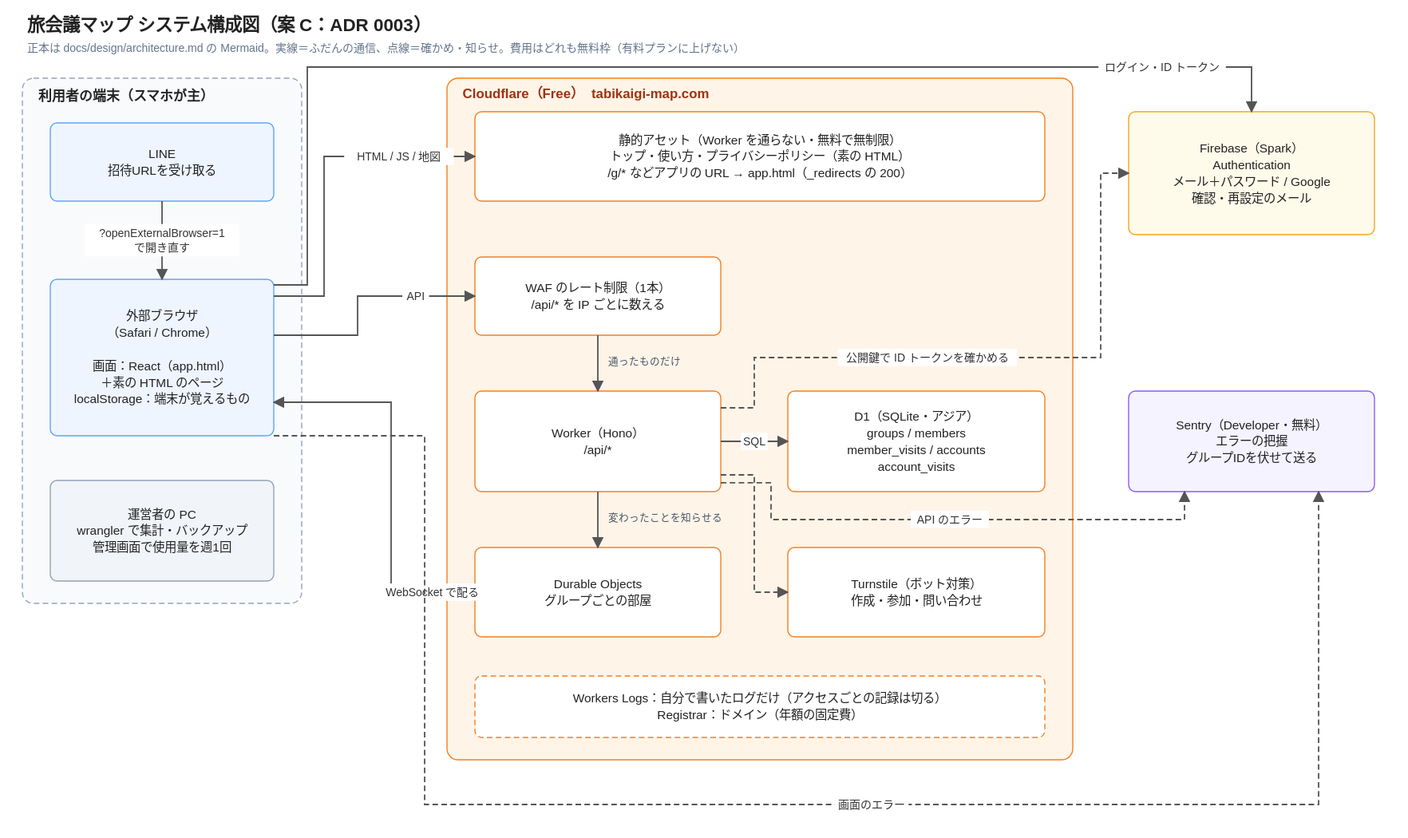
Earlier version of the draw.io export docs/design/architecture.drawio.svg (yuppy52/tabikaigi-map). Source tidied: cells renumbered, new cells last; positions are measured from the earlier drawing's top-left corner, leaving out a move shared by most shapes.
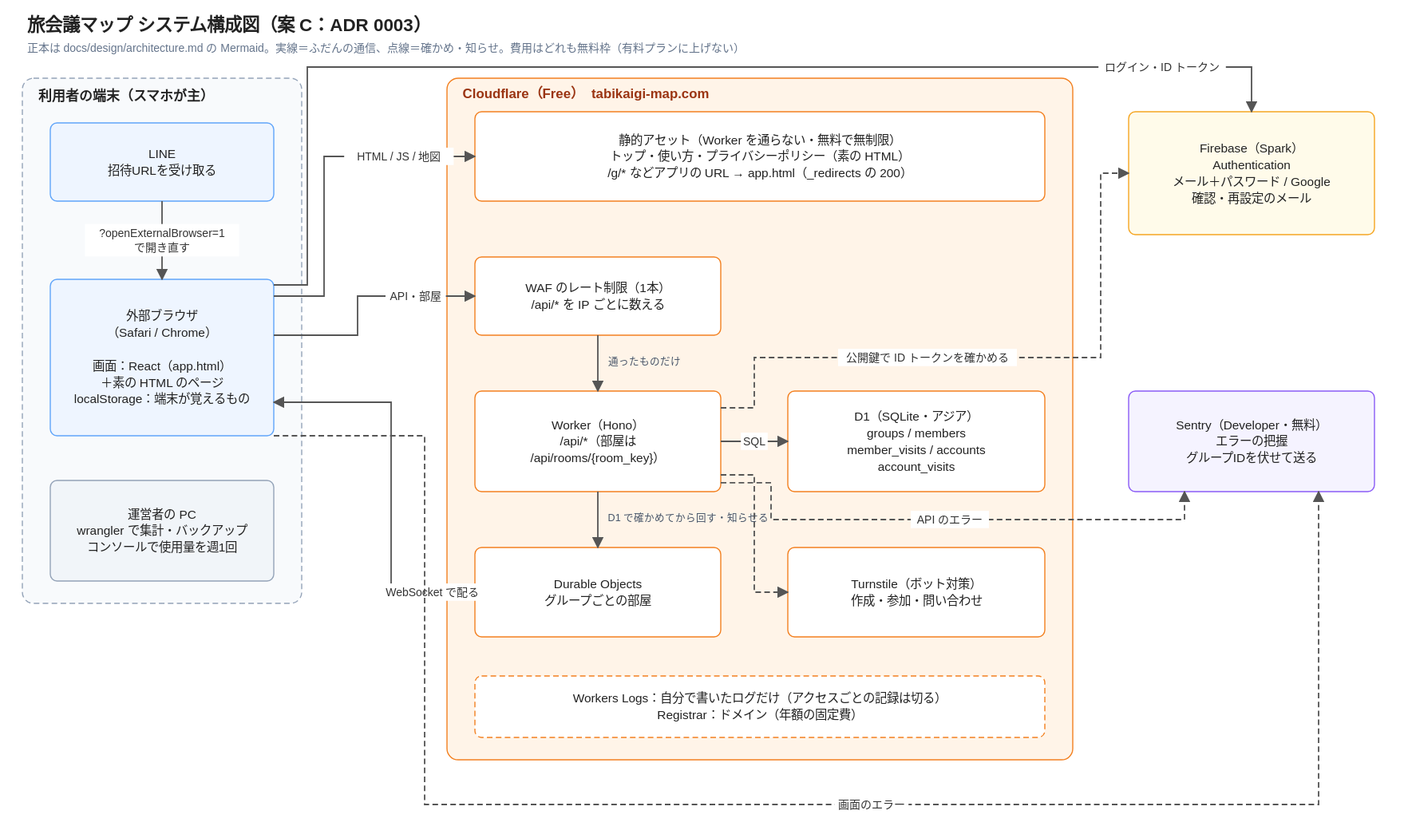
After the commit.

Change to the diagram source:
```diff
@@ -26,7 +26,7 @@
         <mxPoint x="125" y="240" as="targetPoint" />
       </mxGeometry>
     </mxCell>
-    <mxCell id="9" value="運営者の PC&lt;br&gt;wrangler で集計・バックアップ&lt;br&gt;管理画面で使用量を週1回" style="html=1;whiteSpace=wrap;fontSize=11;align=center;verticalAlign=middle;fillColor=#f1f5f9;strokeColor=#94a3b8;fontColor=#222222;spacingLeft=4;spacingRight=4;rounded=1;arcSize=6;" parent="1" vertex="1">
+    <mxCell id="9" value="運営者の PC&lt;br&gt;wrangler で集計・バックアップ&lt;br&gt;コンソールで使用量を週1回" style="html=1;whiteSpace=wrap;fontSize=11;align=center;verticalAlign=middle;fillColor=#f1f5f9;strokeColor=#94a3b8;fontColor=#222222;spacingLeft=4;spacingRight=4;rounded=1;arcSize=6;" parent="1" vertex="1">
       <mxGeometry x="25" y="420" width="200" height="90" as="geometry" />
     </mxCell>
     <mxCell id="10" style="html=1;whiteSpace=wrap;fontSize=11;align=center;verticalAlign=middle;fillColor=#fff4e8;strokeColor=#f38020;fontColor=#222222;spacingLeft=4;spacingRight=4;rounded=1;arcSize=1;" parent="1" vertex="1">
@@ -41,7 +41,7 @@
     <mxCell id="13" value="WAF のレート制限（1本）&lt;br&gt;/api/* を IP ごとに数える" style="html=1;whiteSpace=wrap;fontSize=11;align=center;verticalAlign=middle;fillColor=#ffffff;strokeColor=#f38020;fontColor=#222222;spacingLeft=4;spacingRight=4;rounded=1;arcSize=8;" parent="1" vertex="1">
       <mxGeometry x="405" y="220" width="220" height="70" as="geometry" />
     </mxCell>
-    <mxCell id="14" value="Worker（Hono）&lt;br&gt;/api/*" style="html=1;whiteSpace=wrap;fontSize=11;align=center;verticalAlign=middle;fillColor=#ffffff;strokeColor=#f38020;fontColor=#222222;spacingLeft=4;spacingRight=4;rounded=1;arcSize=6;" parent="1" vertex="1">
+    <mxCell id="14" value="Worker（Hono）&lt;br&gt;/api/*（部屋は&lt;br&gt;/api/rooms/{room_key}）" style="html=1;whiteSpace=wrap;fontSize=11;align=center;verticalAlign=middle;fillColor=#ffffff;strokeColor=#f38020;fontColor=#222222;spacingLeft=4;spacingRight=4;rounded=1;arcSize=6;" parent="1" vertex="1">
       <mxGeometry x="405" y="340" width="220" height="90" as="geometry" />
     </mxCell>
     <mxCell id="15" value="D1（SQLite・アジア）&lt;br&gt;groups / members&lt;br&gt;member_visits / accounts&lt;br&gt;account_visits" style="html=1;whiteSpace=wrap;fontSize=11;align=center;verticalAlign=middle;fillColor=#ffffff;strokeColor=#f38020;fontColor=#222222;spacingLeft=4;spacingRight=4;rounded=1;arcSize=6;" parent="1" vertex="1">
@@ -72,7 +72,7 @@
         </Array>
       </mxGeometry>
     </mxCell>
-    <mxCell id="22" value="API" style="html=1;endArrow=block;endFill=1;rounded=0;strokeColor=#555555;fontSize=10;labelBackgroundColor=#ffffff;" parent="1" edge="1">
+    <mxCell id="22" value="API・部屋" style="html=1;endArrow=block;endFill=1;rounded=0;strokeColor=#555555;fontSize=10;labelBackgroundColor=#ffffff;" parent="1" edge="1">
       <mxGeometry relative="1" as="geometry">
         <mxPoint x="225" y="290" as="sourcePoint" />
         <mxPoint x="405" y="255" as="targetPoint" />
@@ -124,8 +124,8 @@
         <mxPoint x="515" y="480" as="targetPoint" />
       </mxGeometry>
     </mxCell>
-    <mxCell id="29" value="変わったことを知らせる" style="text;html=1;whiteSpace=wrap;fontSize=9;align=left;verticalAlign=middle;fillColor=none;strokeColor=none;fontColor=#475569;spacingLeft=4;spacingRight=4;" parent="1" vertex="1">
-      <mxGeometry x="520" y="445" width="130" height="16" as="geometry" />
+    <mxCell id="29" value="D1 で確かめてから回す・知らせる" style="text;html=1;whiteSpace=wrap;fontSize=9;align=left;verticalAlign=middle;fillColor=none;strokeColor=none;fontColor=#475569;spacingLeft=4;spacingRight=4;" parent="1" vertex="1">
+      <mxGeometry x="520" y="445" width="160" height="16" as="geometry" />
     </mxCell>
     <mxCell id="30" style="html=1;endArrow=block;endFill=1;rounded=0;strokeColor=#555555;fontSize=10;labelBackgroundColor=#ffffff;dashed=1;" parent="1" edge="1">
       <mxGeometry relative="1" as="geometry">
```
